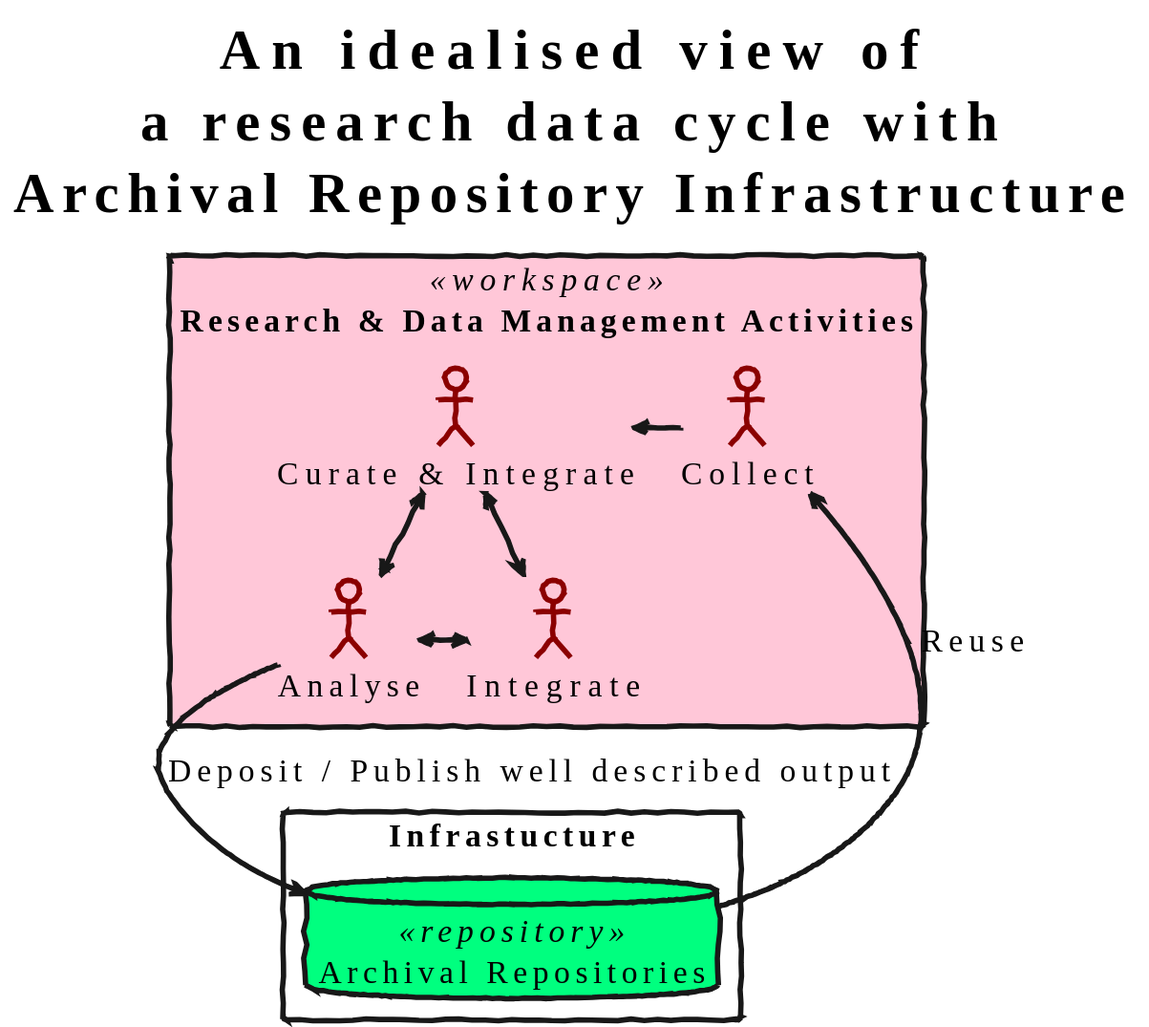
ptsefton/cdl-diagrams keeps this PlantUML diagram as model/model-overview-repo-cycle.svg. Above is the earlier version.
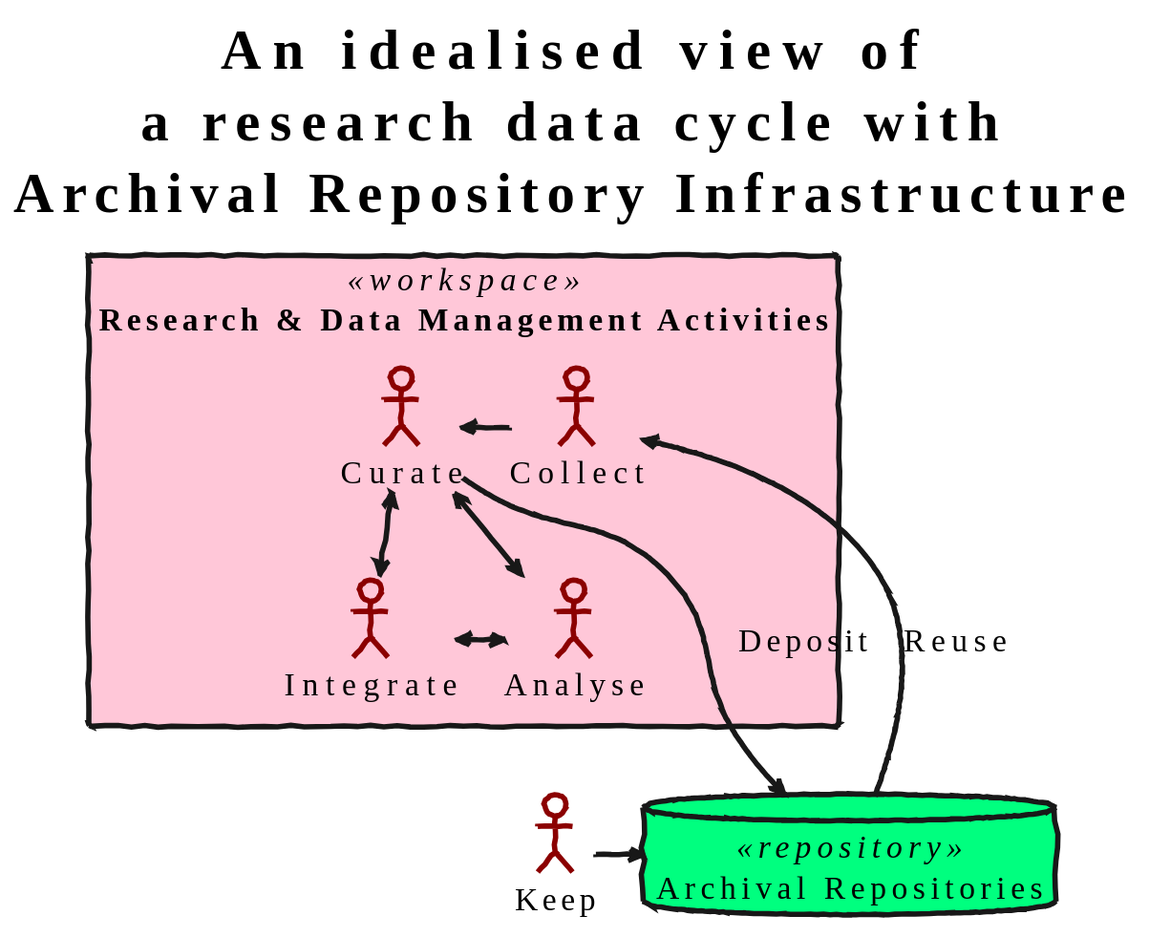
Later version of the same file.

Commit message:
Adding new terms freed from the SAFE model  for revamped reference model

The edit, as a diff of the source:
```diff
@@ -8,18 +8,18 @@
 
 rectangle "Research & Data Management Activities" as activities <<workspace>> {
 
-actor "Collect" as coll
-actor "Curate & Integrate" as cur
-actor "Analyse"  as an
+
 
 }
 
-rectangle "Infrastucture" as infrastructure {
 
  database "Archival Repositories" as repo <<repository>> {
- }
+
 }
 
-an --> repo :  Deposit / Publish well described output
+actor "Keep" as keep
+keep -> repo
+
+cur ---> repo :  Deposit
 repo --> coll : Reuse
 @enduml
```
